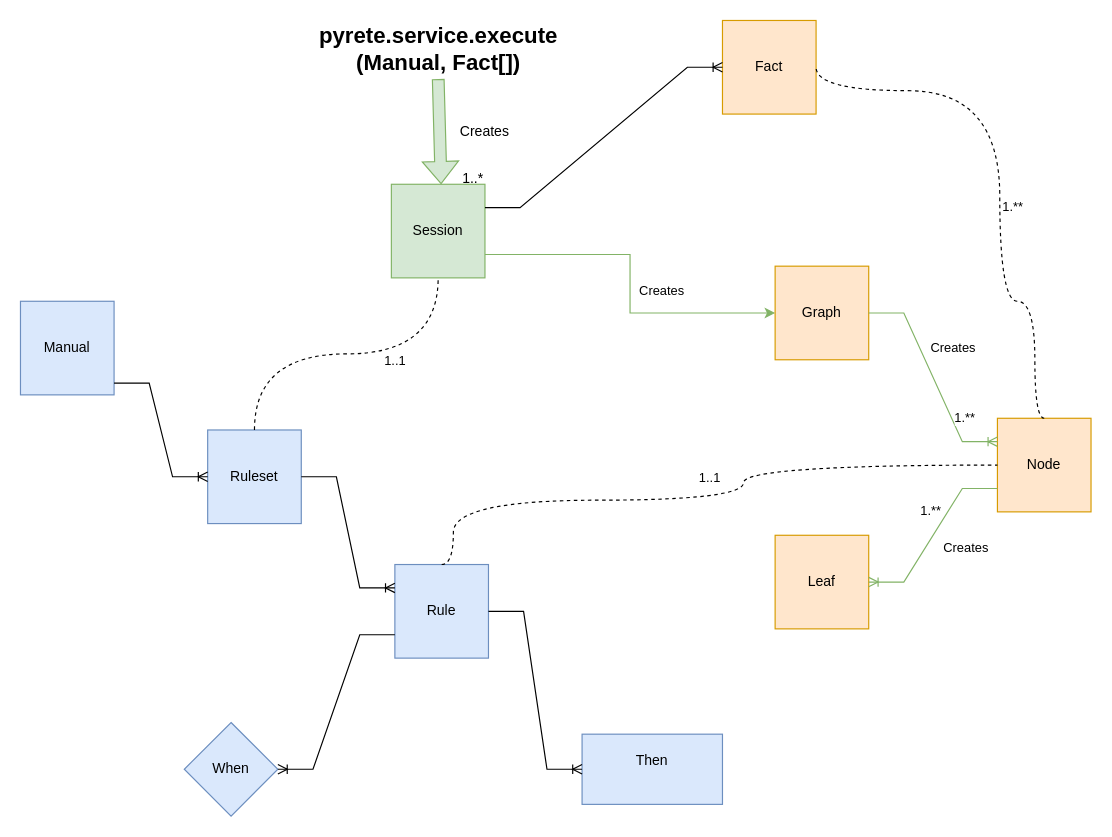
The draw.io diagram doc/Pyrete Entity Relationship.drawio in amitchatterjee/knowledgenet, before the edit. Source tidied: cells renumbered, new cells numbered last; positions are measured from the earlier drawing's top-left corner, leaving out a move shared by most shapes. Both pictures are drawn from the tidied source at 117%, with x=0, y=0 at pixel (20, 20).
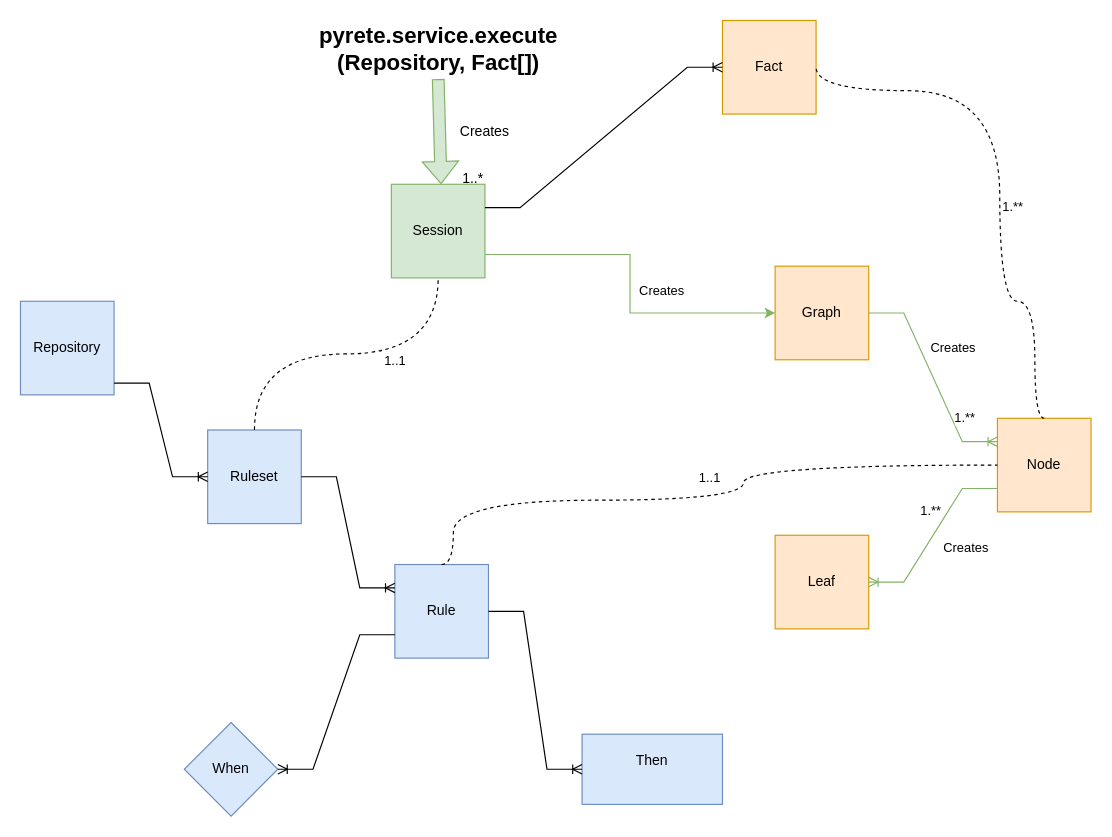
Above is the later version.

Commit message (it also covers changes not shown here):
Changed the name, manual, to repository

What changed in the source:
```diff
@@
-    <mxCell id="2" value="Manual" style="whiteSpace=wrap;html=1;fillColor=#dae8fc;strokeColor=#6c8ebf;" parent="1" vertex="1">
+    <mxCell id="2" value="Repository" style="whiteSpace=wrap;html=1;fillColor=#dae8fc;strokeColor=#6c8ebf;" parent="1" vertex="1">
       <mxGeometry y="240" width="80" height="80" as="geometry" />
     </mxCell>
@@
-    <mxCell id="32" value="&lt;b&gt;&lt;font style=&quot;font-size: 19px;&quot;&gt;pyrete.service.execute (Manual, Fact[])&lt;/font&gt;&lt;/b&gt;" style="text;html=1;align=center;verticalAlign=middle;whiteSpace=wrap;rounded=0;" parent="1" vertex="1">
+    <mxCell id="32" value="&lt;b&gt;&lt;font style=&quot;font-size: 19px;&quot;&gt;pyrete.service.execute (Repository, Fact[])&lt;/font&gt;&lt;/b&gt;" style="text;html=1;align=center;verticalAlign=middle;whiteSpace=wrap;rounded=0;" parent="1" vertex="1">
       <mxGeometry x="268.8" width="176.5" height="50" as="geometry" />
     </mxCell>
```
